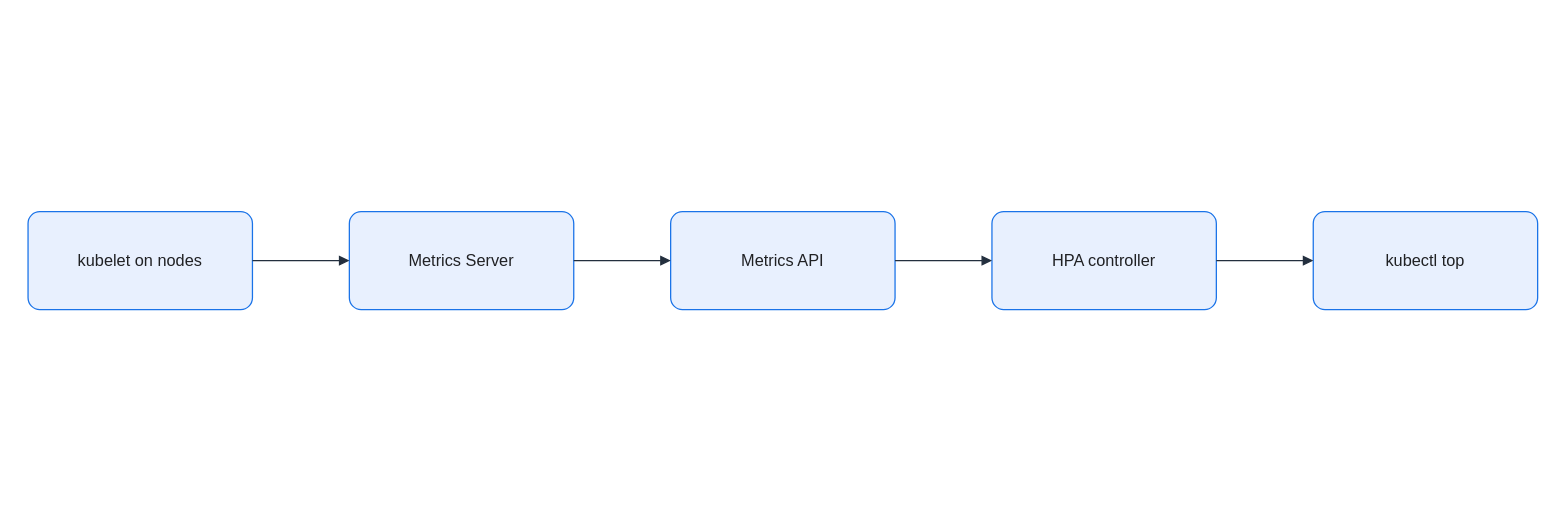
Before: assets/img/kubernetes/metrics-server-collection.drawio in KKamJi98/kkamji98.github.io, a draw.io diagram. Source tidied: cells renumbered, new cells numbered last; positions are measured from the earlier drawing's top-left corner, leaving out a move shared by most shapes. Both pictures are drawn from the tidied source at 102%, with x=0, y=0 at pixel (28, 211).
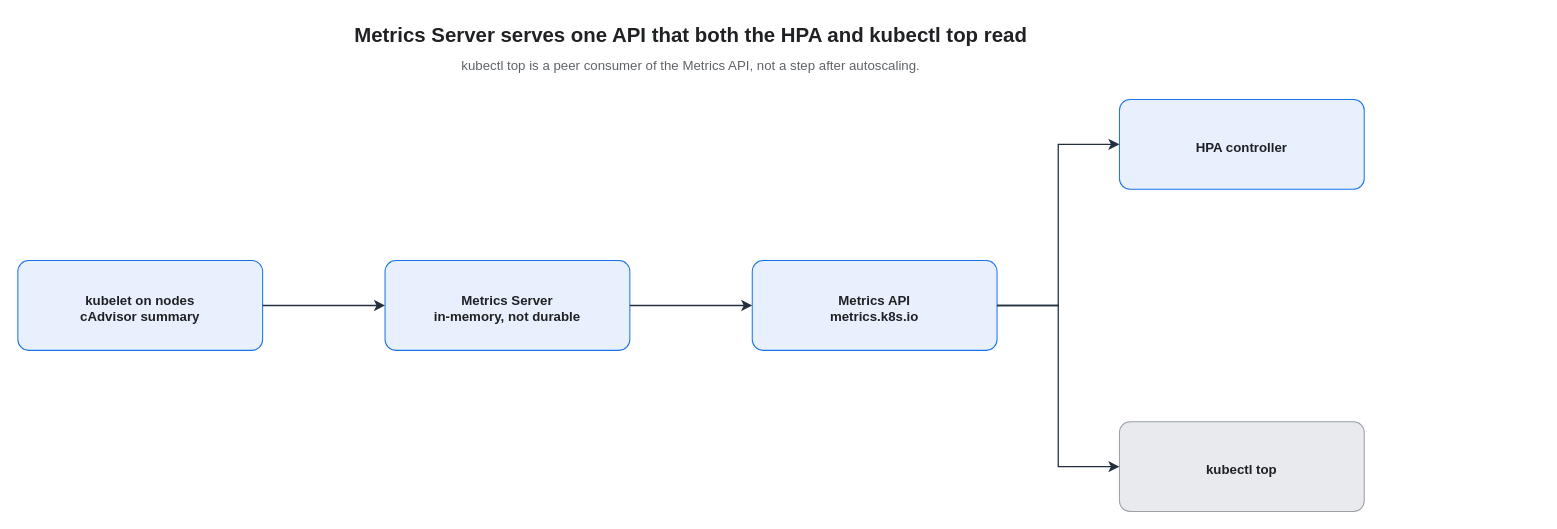
Above is the later version.

Change to the diagram source:
```diff
@@
 <mxGraphModel background="#FFFFFF">
   <root>
     <mxCell id="0" />
     <mxCell id="1" parent="0" />
-    <mxCell id="2" value="kubelet on nodes" style="rounded=1;arcSize=12;whiteSpace=wrap;html=0;fillColor=#E8F0FE;strokeColor=#1A73E8;strokeWidth=1.25;fontColor=#202124;fontSize=16;align=center;verticalAlign=middle;spacing=8;shadow=0;" parent="1" vertex="1">
-      <mxGeometry width="220" height="96" as="geometry" />
-    </mxCell>
-    <mxCell id="3" value="Metrics Server" style="rounded=1;arcSize=12;whiteSpace=wrap;html=0;fillColor=#E8F0FE;strokeColor=#1A73E8;strokeWidth=1.25;fontColor=#202124;fontSize=16;align=center;verticalAlign=middle;spacing=8;shadow=0;" parent="1" vertex="1">
-      <mxGeometry x="315" width="220" height="96" as="geometry" />
-    </mxCell>
-    <mxCell id="4" value="Metrics API" style="rounded=1;arcSize=12;whiteSpace=wrap;html=0;fillColor=#E8F0FE;strokeColor=#1A73E8;strokeWidth=1.25;fontColor=#202124;fontSize=16;align=center;verticalAlign=middle;spacing=8;shadow=0;" parent="1" vertex="1">
-      <mxGeometry x="630" width="220" height="96" as="geometry" />
-    </mxCell>
+    <mxCell id="11" value="Metrics Server serves one API that both the HPA and kubectl top read" style="text;html=0;strokeColor=none;fillColor=none;align=center;verticalAlign=middle;fontColor=#202124;fontSize=20;fontStyle=1;" parent="1" vertex="1">
+      <mxGeometry x="-10" y="-190" width="1320" height="30" as="geometry" />
+    </mxCell>
+    <mxCell id="12" value="kubectl top is a peer consumer of the Metrics API, not a step after autoscaling." style="text;html=0;strokeColor=none;fillColor=none;align=center;verticalAlign=middle;fontColor=#5F6368;fontSize=13;" parent="1" vertex="1">
+      <mxGeometry x="-10" y="-156" width="1320" height="24" as="geometry" />
+    </mxCell>
+    <mxCell id="13" value="kubelet on nodes&#10;cAdvisor summary" style="rounded=1;whiteSpace=wrap;html=0;arcSize=12;fillColor=#E8F0FE;strokeColor=#1A73E8;fontColor=#202124;fontSize=13;fontStyle=1;align=center;verticalAlign=middle;spacingTop=6;spacingLeft=6;spacingRight=6;" parent="1" vertex="1">
+      <mxGeometry x="-10" y="48" width="240" height="88" as="geometry" />
+    </mxCell>
+    <mxCell id="14" value="Metrics Server&#10;in-memory, not durable" style="rounded=1;whiteSpace=wrap;html=0;arcSize=12;fillColor=#E8F0FE;strokeColor=#1A73E8;fontColor=#202124;fontSize=13;fontStyle=1;align=center;verticalAlign=middle;spacingTop=6;spacingLeft=6;spacingRight=6;" parent="1" vertex="1">
+      <mxGeometry x="350" y="48" width="240" height="88" as="geometry" />
+    </mxCell>
+    <mxCell id="15" value="Metrics API&#10;metrics.k8s.io" style="rounded=1;whiteSpace=wrap;html=0;arcSize=12;fillColor=#E8F0FE;strokeColor=#1A73E8;fontColor=#202124;fontSize=13;fontStyle=1;align=center;verticalAlign=middle;spacingTop=6;spacingLeft=6;spacingRight=6;" parent="1" vertex="1">
+      <mxGeometry x="710" y="48" width="240" height="88" as="geometry" />
+    </mxCell>
-    <mxCell id="5" value="HPA controller" style="rounded=1;arcSize=12;whiteSpace=wrap;html=0;fillColor=#E8F0FE;strokeColor=#1A73E8;strokeWidth=1.25;fontColor=#202124;fontSize=16;align=center;verticalAlign=middle;spacing=8;shadow=0;" parent="1" vertex="1">
-      <mxGeometry x="945" width="220" height="96" as="geometry" />
+    <mxCell id="5" value="HPA controller" style="rounded=1;whiteSpace=wrap;html=0;arcSize=12;fillColor=#E8F0FE;strokeColor=#1A73E8;fontColor=#202124;fontSize=13;fontStyle=1;align=center;verticalAlign=middle;spacingTop=6;spacingLeft=6;spacingRight=6;" parent="1" vertex="1">
+      <mxGeometry x="1070" y="-110" width="240" height="88" as="geometry" />
     </mxCell>
-    <mxCell id="6" value="kubectl top" style="rounded=1;arcSize=12;whiteSpace=wrap;html=0;fillColor=#E8F0FE;strokeColor=#1A73E8;strokeWidth=1.25;fontColor=#202124;fontSize=16;align=center;verticalAlign=middle;spacing=8;shadow=0;" parent="1" vertex="1">
-      <mxGeometry x="1260" width="220" height="96" as="geometry" />
+    <mxCell id="6" value="kubectl top" style="rounded=1;whiteSpace=wrap;html=0;arcSize=12;fillColor=#E8EAED;strokeColor=#9AA0A6;fontColor=#202124;fontSize=13;fontStyle=1;align=center;verticalAlign=middle;spacingTop=6;spacingLeft=6;spacingRight=6;" parent="1" vertex="1">
+      <mxGeometry x="1070" y="206" width="240" height="88" as="geometry" />
     </mxCell>
-    <mxCell id="7" style="edgeStyle=orthogonalEdgeStyle;rounded=0;jettySize=auto;html=0;endArrow=block;endFill=1;strokeColor=#232F3E;strokeWidth=1.25;fontColor=#202124;labelBackgroundColor=none;exitX=1;exitY=0.5;exitDx=0;exitDy=0;entryX=0;entryY=0.5;entryDx=0;entryDy=0;endSize=7;" parent="1" edge="1" source="2" target="3">
-      <mxGeometry relative="1" as="geometry" />
-    </mxCell>
-    <mxCell id="8" style="edgeStyle=orthogonalEdgeStyle;rounded=0;jettySize=auto;html=0;endArrow=block;endFill=1;strokeColor=#232F3E;strokeWidth=1.25;fontColor=#202124;labelBackgroundColor=none;exitX=1;exitY=0.5;exitDx=0;exitDy=0;entryX=0;entryY=0.5;entryDx=0;entryDy=0;endSize=7;" parent="1" edge="1" source="3" target="4">
-      <mxGeometry relative="1" as="geometry" />
-    </mxCell>
-    <mxCell id="9" style="edgeStyle=orthogonalEdgeStyle;rounded=0;jettySize=auto;html=0;endArrow=block;endFill=1;strokeColor=#232F3E;strokeWidth=1.25;fontColor=#202124;labelBackgroundColor=none;exitX=1;exitY=0.5;exitDx=0;exitDy=0;entryX=0;entryY=0.5;entryDx=0;entryDy=0;endSize=7;" parent="1" edge="1" source="4" target="5">
-      <mxGeometry relative="1" as="geometry" />
-    </mxCell>
-    <mxCell id="10" style="edgeStyle=orthogonalEdgeStyle;rounded=0;jettySize=auto;html=0;endArrow=block;endFill=1;strokeColor=#232F3E;strokeWidth=1.25;fontColor=#202124;labelBackgroundColor=none;exitX=1;exitY=0.5;exitDx=0;exitDy=0;entryX=0;entryY=0.5;entryDx=0;entryDy=0;endSize=7;" parent="1" edge="1" source="5" target="6">
-      <mxGeometry relative="1" as="geometry" />
-    </mxCell>
+    <mxCell id="16" style="edgeStyle=orthogonalEdgeStyle;rounded=0;html=0;strokeColor=#232F3E;strokeWidth=1.25;endArrow=classic;endFill=1;endSize=7;fontSize=11;fontColor=#202124;labelBackgroundColor=none;exitX=1;exitY=0.5;entryX=0;entryY=0.5;exitDx=0;exitDy=0;entryDx=0;entryDy=0;" parent="1" edge="1" source="13" target="14">
+      <mxGeometry relative="1" as="geometry" />
+    </mxCell>
+    <mxCell id="17" style="edgeStyle=orthogonalEdgeStyle;rounded=0;html=0;strokeColor=#232F3E;strokeWidth=1.25;endArrow=classic;endFill=1;endSize=7;fontSize=11;fontColor=#202124;labelBackgroundColor=none;exitX=1;exitY=0.5;entryX=0;entryY=0.5;exitDx=0;exitDy=0;entryDx=0;entryDy=0;" parent="1" edge="1" source="14" target="15">
+      <mxGeometry relative="1" as="geometry" />
+    </mxCell>
+    <mxCell id="18" style="edgeStyle=orthogonalEdgeStyle;rounded=0;html=0;strokeColor=#232F3E;strokeWidth=1.25;endArrow=classic;endFill=1;endSize=7;fontSize=11;fontColor=#202124;labelBackgroundColor=none;exitX=1;exitY=0.5;entryX=0;entryY=0.5;exitDx=0;exitDy=0;entryDx=0;entryDy=0;" parent="1" edge="1" source="15" target="5">
+      <mxGeometry relative="1" as="geometry">
+        <Array as="points">
+          <mxPoint x="1010" y="92" />
+          <mxPoint x="1010" y="-66" />
+        </Array>
+      </mxGeometry>
+    </mxCell>
+    <mxCell id="19" style="edgeStyle=orthogonalEdgeStyle;rounded=0;html=0;strokeColor=#232F3E;strokeWidth=1.25;endArrow=classic;endFill=1;endSize=7;fontSize=11;fontColor=#202124;labelBackgroundColor=none;exitX=1;exitY=0.5;entryX=0;entryY=0.5;exitDx=0;exitDy=0;entryDx=0;entryDy=0;" parent="1" edge="1" source="15" target="6">
+      <mxGeometry relative="1" as="geometry">
+        <Array as="points">
+          <mxPoint x="1010" y="92" />
+          <mxPoint x="1010" y="250" />
+        </Array>
+      </mxGeometry>
+    </mxCell>
   </root>
 </mxGraphModel>
```
